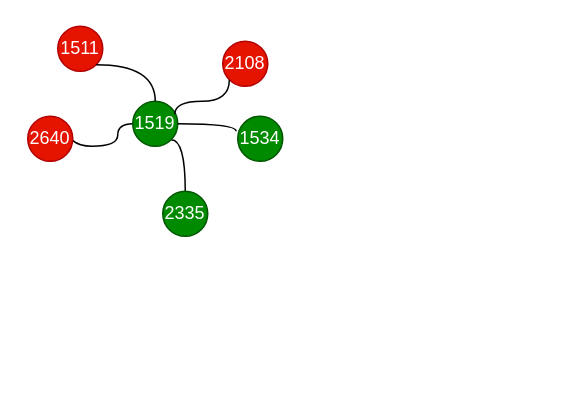
Earlier version of the draw.io diagram 案例分析.drawio (zbyuser/-). Source tidied: cells renumbered, new cells numbered last; positions are measured from the earlier drawing's top-left corner, leaving out a move shared by most shapes. Both pictures are drawn from the tidied source at 150%, with x=0, y=0 at pixel (27, 26).
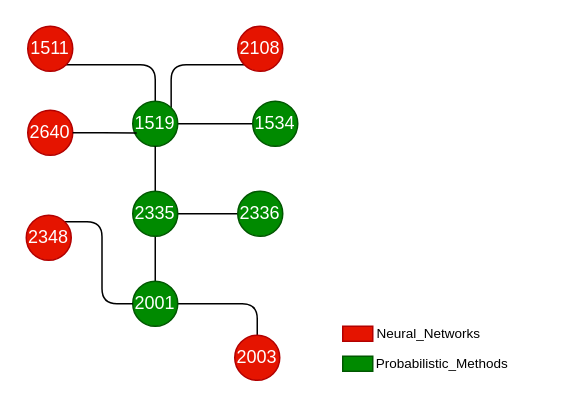
The same diagram, later.

Commit message:
更新案例分析.drawio

Change to the diagram source:
```diff
@@
+    <mxCell id="10" style="edgeStyle=orthogonalEdgeStyle;rounded=1;jettySize=auto;html=1;exitX=1;exitY=1;exitDx=0;exitDy=0;curved=0;endArrow=none;startFill=0;" parent="1" edge="1" source="2" target="8">
+      <mxGeometry relative="1" as="geometry" />
+    </mxCell>
     <mxCell id="2" value="1511" style="ellipse;whiteSpace=wrap;html=1;fillColor=#e51400;fontColor=#ffffff;strokeColor=#B20000;" parent="1" vertex="1">
-      <mxGeometry x="20" width="30" height="30" as="geometry" />
+      <mxGeometry width="30" height="30" as="geometry" />
     </mxCell>
+    <mxCell id="4" value="2640" style="ellipse;whiteSpace=wrap;html=1;fillColor=#e51400;fontColor=#ffffff;strokeColor=#B20000;" parent="1" vertex="1">
+      <mxGeometry y="56" width="30" height="30" as="geometry" />
+    </mxCell>
+    <mxCell id="11" style="edgeStyle=orthogonalEdgeStyle;rounded=1;jettySize=auto;html=1;exitX=0;exitY=1;exitDx=0;exitDy=0;entryX=1;entryY=0;entryDx=0;entryDy=0;curved=0;endArrow=none;startFill=0;" parent="1" edge="1" source="5" target="8">
+      <mxGeometry relative="1" as="geometry" />
+    </mxCell>
+    <mxCell id="5" value="2108" style="ellipse;whiteSpace=wrap;html=1;fillColor=#e51400;fontColor=#ffffff;strokeColor=#B20000;" parent="1" vertex="1">
+      <mxGeometry x="140" width="30" height="30" as="geometry" />
+    </mxCell>
+    <mxCell id="13" style="edgeStyle=orthogonalEdgeStyle;rounded=0;jettySize=auto;html=1;exitX=0;exitY=0.5;exitDx=0;exitDy=0;entryX=1;entryY=0.5;entryDx=0;entryDy=0;endArrow=none;startFill=0;" parent="1" edge="1" source="6" target="8">
+      <mxGeometry relative="1" as="geometry" />
+    </mxCell>
+    <mxCell id="6" value="1534" style="ellipse;whiteSpace=wrap;html=1;fillColor=#008a00;fontColor=#ffffff;strokeColor=#005700;" parent="1" vertex="1">
+      <mxGeometry x="150" y="50" width="30" height="30" as="geometry" />
+    </mxCell>
+    <mxCell id="8" value="1519" style="ellipse;whiteSpace=wrap;html=1;fillColor=#008a00;fontColor=#ffffff;strokeColor=#005700;" parent="1" vertex="1">
+      <mxGeometry x="70" y="50" width="30" height="30" as="geometry" />
+    </mxCell>
+    <mxCell id="14" style="edgeStyle=orthogonalEdgeStyle;rounded=0;jettySize=auto;html=1;exitX=0.5;exitY=1;exitDx=0;exitDy=0;entryX=0.5;entryY=0;entryDx=0;entryDy=0;endArrow=none;startFill=0;" parent="1" edge="1" source="9" target="22">
+      <mxGeometry relative="1" as="geometry" />
+    </mxCell>
+    <mxCell id="15" style="edgeStyle=orthogonalEdgeStyle;rounded=0;jettySize=auto;html=1;exitX=1;exitY=0.5;exitDx=0;exitDy=0;entryX=0;entryY=0.5;entryDx=0;entryDy=0;endArrow=none;startFill=0;" parent="1" edge="1" source="9" target="26">
+      <mxGeometry relative="1" as="geometry" />
+    </mxCell>
+    <mxCell id="16" style="edgeStyle=orthogonalEdgeStyle;rounded=0;jettySize=auto;html=1;endArrow=none;startFill=0;" parent="1" edge="1" source="9" target="8">
+      <mxGeometry relative="1" as="geometry" />
+    </mxCell>
+    <mxCell id="9" value="2335" style="ellipse;whiteSpace=wrap;html=1;fillColor=#008a00;fontColor=#ffffff;strokeColor=#005700;" parent="1" vertex="1">
+      <mxGeometry x="70" y="110" width="30" height="30" as="geometry" />
+    </mxCell>
+    <mxCell id="17" style="rounded=0;whiteSpace=wrap;html=1;fillColor=#e51400;fontColor=#ffffff;strokeColor=#B20000;" parent="1" vertex="1">
+      <mxGeometry x="210" y="200" width="20" height="10" as="geometry" />
+    </mxCell>
+    <mxCell id="18" style="rounded=0;whiteSpace=wrap;html=1;fillColor=#008a00;fontColor=#ffffff;strokeColor=#005700;" parent="1" vertex="1">
+      <mxGeometry x="210" y="220" width="20" height="10" as="geometry" />
+    </mxCell>
+    <mxCell id="19" value="&lt;p style=&quot;line-height: 19px; white-space-collapse: preserve;&quot;&gt;&lt;font style=&quot;color: rgb(0, 0, 0); font-weight: normal;&quot;&gt;Neural_Networks&lt;/font&gt;&lt;/p&gt;" style="text;strokeColor=none;fillColor=none;html=1;fontSize=9;fontStyle=1;verticalAlign=middle;align=center;strokeWidth=1;" parent="1" vertex="1">
+      <mxGeometry x="197" y="200" width="140" height="10" as="geometry" />
+    </mxCell>
+    <mxCell id="20" value="&lt;div style=&quot;font-weight: normal; line-height: 19px; white-space-collapse: preserve;&quot;&gt;&lt;span&gt;&lt;font face=&quot;Helvetica&quot; style=&quot;color: rgb(0, 0, 0);&quot;&gt;Probabilistic_Methods&lt;/font&gt;&lt;/span&gt;&lt;/div&gt;" style="text;strokeColor=none;fillColor=none;html=1;fontSize=9;fontStyle=1;verticalAlign=middle;align=center;strokeWidth=1;" parent="1" vertex="1">
+      <mxGeometry x="206" y="220" width="140" height="10" as="geometry" />
+    </mxCell>
+    <mxCell id="21" style="edgeStyle=orthogonalEdgeStyle;rounded=1;jettySize=auto;html=1;exitX=1;exitY=0.5;exitDx=0;exitDy=0;endArrow=none;startFill=0;curved=0;" parent="1" edge="1" source="22" target="23">
+      <mxGeometry relative="1" as="geometry" />
+    </mxCell>
+    <mxCell id="22" value="2001" style="ellipse;whiteSpace=wrap;html=1;fillColor=#008a00;fontColor=#ffffff;strokeColor=#005700;" parent="1" vertex="1">
+      <mxGeometry x="70" y="170" width="30" height="30" as="geometry" />
+    </mxCell>
-    <mxCell id="3" style="edgeStyle=orthogonalEdgeStyle;rounded=0;jettySize=auto;html=1;exitX=1;exitY=0;exitDx=0;exitDy=0;entryX=0;entryY=0.5;entryDx=0;entryDy=0;curved=1;endArrow=none;startFill=0;" parent="1" edge="1" source="4" target="8">
-      <mxGeometry relative="1" as="geometry">
-        <Array as="points">
-          <mxPoint x="26" y="80" />
-          <mxPoint x="60" y="80" />
-          <mxPoint x="60" y="65" />
-        </Array>
-      </mxGeometry>
+    <mxCell id="3" style="edgeStyle=orthogonalEdgeStyle;rounded=0;jettySize=auto;html=1;exitX=1;exitY=0.5;exitDx=0;exitDy=0;entryX=0.089;entryY=0.705;entryDx=0;entryDy=0;entryPerimeter=0;endArrow=none;startFill=0;" parent="1" edge="1" source="4" target="8">
+      <mxGeometry relative="1" as="geometry" />
     </mxCell>
-    <mxCell id="4" value="2640" style="ellipse;whiteSpace=wrap;html=1;fillColor=#e51400;fontColor=#ffffff;strokeColor=#B20000;" parent="1" vertex="1">
-      <mxGeometry y="60" width="30" height="30" as="geometry" />
-    </mxCell>
-    <mxCell id="5" value="2108" style="ellipse;whiteSpace=wrap;html=1;fillColor=#e51400;fontColor=#ffffff;strokeColor=#B20000;" parent="1" vertex="1">
-      <mxGeometry x="130" y="10" width="30" height="30" as="geometry" />
-    </mxCell>
-    <mxCell id="6" value="1534" style="ellipse;whiteSpace=wrap;html=1;fillColor=#008a00;fontColor=#ffffff;strokeColor=#005700;" parent="1" vertex="1">
-      <mxGeometry x="140" y="60" width="30" height="30" as="geometry" />
-    </mxCell>
-    <mxCell id="7" style="edgeStyle=orthogonalEdgeStyle;rounded=0;jettySize=auto;html=1;exitX=1;exitY=1;exitDx=0;exitDy=0;entryX=0.5;entryY=0;entryDx=0;entryDy=0;endArrow=none;startFill=0;curved=1;" parent="1" edge="1" source="8" target="9">
-      <mxGeometry relative="1" as="geometry" />
-    </mxCell>
-    <mxCell id="8" value="1519" style="ellipse;whiteSpace=wrap;html=1;fillColor=#008a00;fontColor=#ffffff;strokeColor=#005700;" parent="1" vertex="1">
-      <mxGeometry x="70" y="50" width="30" height="30" as="geometry" />
-    </mxCell>
-    <mxCell id="9" value="2335" style="ellipse;whiteSpace=wrap;html=1;fillColor=#008a00;fontColor=#ffffff;strokeColor=#005700;" parent="1" vertex="1">
-      <mxGeometry x="90" y="110" width="30" height="30" as="geometry" />
-    </mxCell>
-    <mxCell id="10" style="edgeStyle=orthogonalEdgeStyle;rounded=0;jettySize=auto;html=1;exitX=1;exitY=1;exitDx=0;exitDy=0;entryX=0.5;entryY=0;entryDx=0;entryDy=0;curved=1;endArrow=none;startFill=0;" parent="1" edge="1" source="2" target="8">
-      <mxGeometry relative="1" as="geometry" />
-    </mxCell>
-    <mxCell id="11" style="edgeStyle=orthogonalEdgeStyle;rounded=0;jettySize=auto;html=1;exitX=0;exitY=1;exitDx=0;exitDy=0;curved=1;endArrow=none;startFill=0;entryX=0.933;entryY=0.291;entryDx=0;entryDy=0;entryPerimeter=0;" parent="1" edge="1" source="5" target="8">
-      <mxGeometry relative="1" as="geometry">
-        <Array as="points">
-          <mxPoint x="134" y="50" />
-          <mxPoint x="98" y="50" />
-        </Array>
-      </mxGeometry>
-    </mxCell>
-    <mxCell id="12" style="edgeStyle=orthogonalEdgeStyle;rounded=0;jettySize=auto;html=1;exitX=1;exitY=0.5;exitDx=0;exitDy=0;entryX=-0.033;entryY=0.333;entryDx=0;entryDy=0;entryPerimeter=0;endArrow=none;startFill=0;curved=1;" parent="1" edge="1" source="8" target="6">
-      <mxGeometry relative="1" as="geometry" />
-    </mxCell>
+    <mxCell id="23" value="2003" style="ellipse;whiteSpace=wrap;html=1;fillColor=#e51400;fontColor=#ffffff;strokeColor=#B20000;" parent="1" vertex="1">
+      <mxGeometry x="138" y="206" width="30" height="30" as="geometry" />
+    </mxCell>
+    <mxCell id="24" style="edgeStyle=orthogonalEdgeStyle;rounded=1;jettySize=auto;html=1;exitX=1;exitY=0;exitDx=0;exitDy=0;entryX=0;entryY=0.5;entryDx=0;entryDy=0;endArrow=none;startFill=0;curved=0;" parent="1" edge="1" source="25" target="22">
+      <mxGeometry relative="1" as="geometry" />
+    </mxCell>
+    <mxCell id="25" value="2348" style="ellipse;whiteSpace=wrap;html=1;fillColor=#e51400;fontColor=#ffffff;strokeColor=#B20000;" parent="1" vertex="1">
+      <mxGeometry x="-1" y="126" width="30" height="30" as="geometry" />
+    </mxCell>
+    <mxCell id="26" value="2336" style="ellipse;whiteSpace=wrap;html=1;fillColor=#008a00;fontColor=#ffffff;strokeColor=#005700;" parent="1" vertex="1">
+      <mxGeometry x="140" y="110" width="30" height="30" as="geometry" />
+    </mxCell>
```
